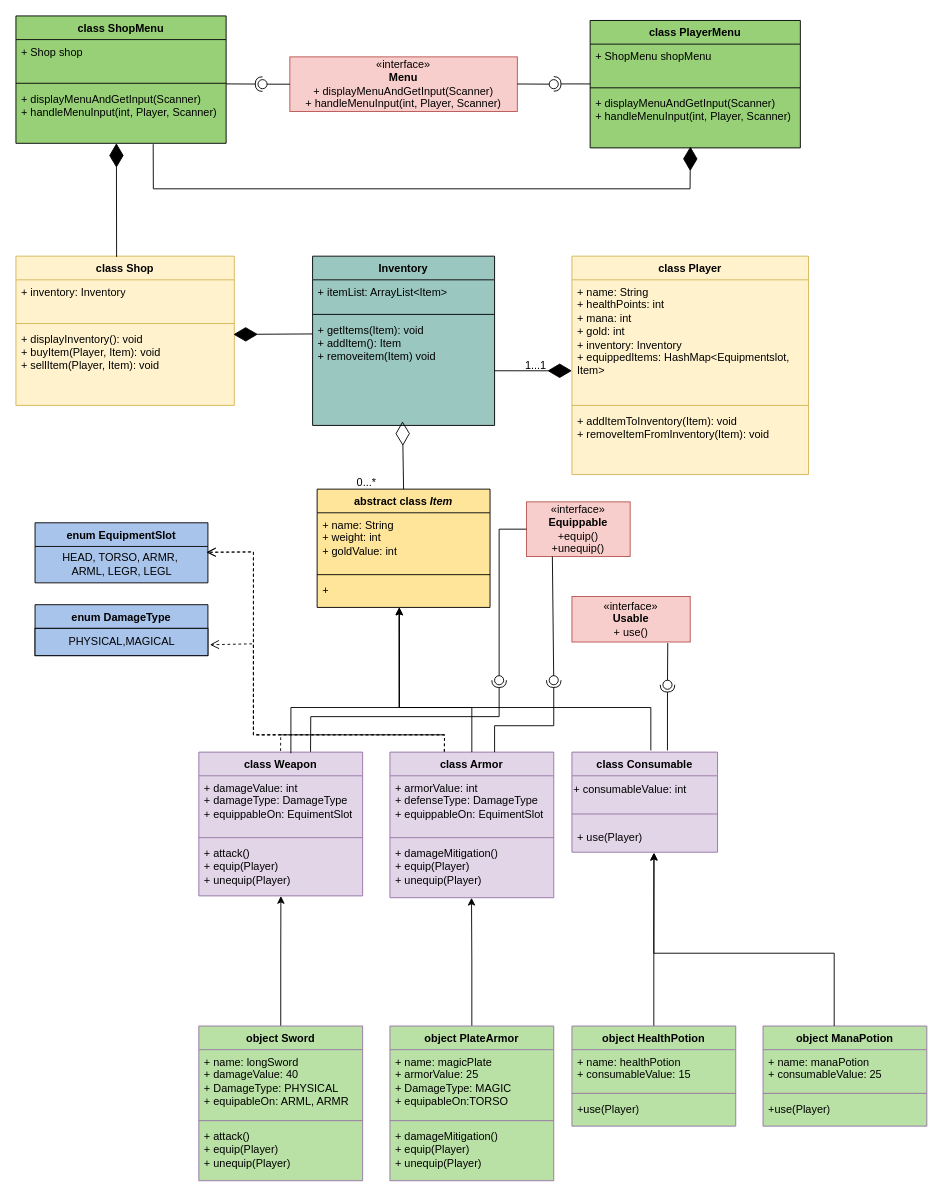
The draw.io diagram .idea/ooad-uml-diagram.drawio in PelleHanspers/ooad-individuell-uppgift-pellehanspers, before the edit. Source tidied: cells renumbered, new cells numbered last; positions are measured from the earlier drawing's top-left corner, leaving out a move shared by most shapes. Both pictures are drawn from the tidied source at 91%, with x=0, y=0 at pixel (15, 15).
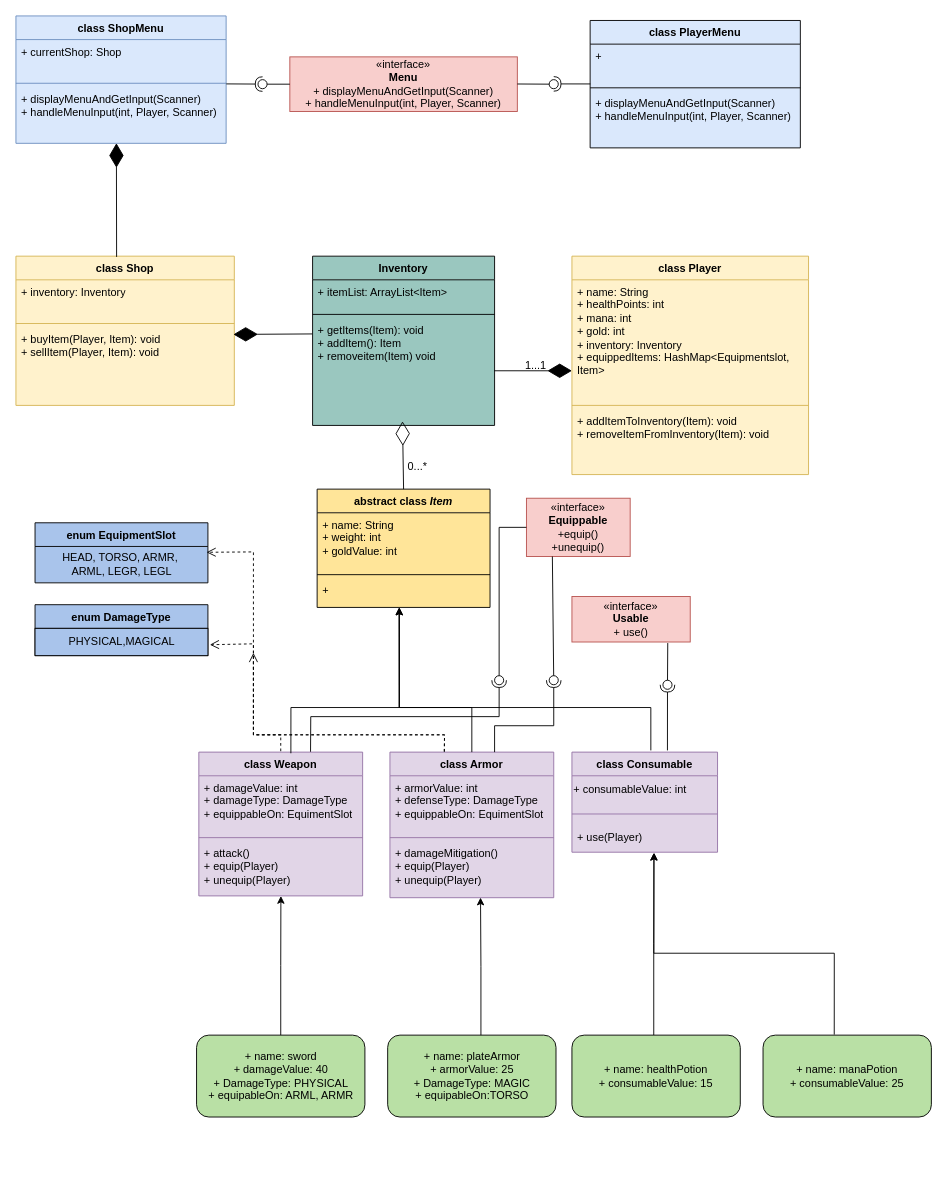
The same page after the edit.

The change refers to these unchanged cells:
```xml
<mxCell id="10" value="class Armor" style="swimlane;fontStyle=1;align=center;verticalAlign=top;horizontal=1;startSize=26;whiteSpace=wrap;html=1;fillColor=#e1d5e7;strokeColor=#9673a6;swimlaneFillColor=#E1D5E7;" parent="1" vertex="1">
  <mxGeometry x="411" y="809" width="180" height="160" as="geometry" />
</mxCell>
<mxCell id="13" value="&lt;div&gt;+ damageMitigation()&lt;br&gt;&lt;/div&gt;&lt;div&gt;&lt;div&gt;+ equip(Player)&lt;/div&gt;&lt;div&gt;+ unequip(Player)&lt;/div&gt;&lt;/div&gt;" style="text;strokeColor=none;fillColor=none;align=left;verticalAlign=top;spacingLeft=4;spacingRight=4;overflow=hidden;points=[[0,0.5],[1,0.5]];portConstraint=eastwest;whiteSpace=wrap;html=1;" parent="10" vertex="1">
  <mxGeometry y="98" width="180" height="62" as="geometry" />
</mxCell>
<mxCell id="17" value="+ use(Player)" style="text;strokeColor=none;fillColor=none;align=left;verticalAlign=top;spacingLeft=4;spacingRight=4;overflow=hidden;points=[[0,0.5],[1,0.5]];portConstraint=eastwest;whiteSpace=wrap;html=1;" parent="14" vertex="1">
  <mxGeometry y="80" width="160" height="30" as="geometry" />
</mxCell>
<mxCell id="31" value="class Weapon" style="swimlane;fontStyle=1;align=center;verticalAlign=top;horizontal=1;startSize=26;whiteSpace=wrap;html=1;fillColor=#E1D5E7;swimlaneFillColor=#E1D5E7;strokeColor=#9673A6;" parent="1" vertex="1">
  <mxGeometry x="201" y="809" width="180" height="158" as="geometry" />
</mxCell>
<mxCell id="34" value="&lt;div&gt;+ attack()&lt;/div&gt;&lt;div&gt;&lt;div&gt;+ equip(Player)&lt;/div&gt;&lt;div&gt;+ unequip(Player)&lt;/div&gt;&lt;/div&gt;" style="text;strokeColor=none;fillColor=none;align=left;verticalAlign=top;spacingLeft=4;spacingRight=4;overflow=hidden;points=[[0,0.5],[1,0.5]];portConstraint=eastwest;whiteSpace=wrap;html=1;" parent="31" vertex="1">
  <mxGeometry y="98" width="180" height="60" as="geometry" />
</mxCell>
<mxCell id="49" value="&lt;div align=&quot;center&quot;&gt;HEAD, TORSO, ARMR,&amp;nbsp;&lt;/div&gt;&lt;div align=&quot;center&quot;&gt;ARML, LEGR, LEGL&lt;/div&gt;" style="text;html=1;align=center;verticalAlign=middle;points=[];strokeColor=none;fillColor=none;" parent="48" vertex="1">
  <mxGeometry y="26" width="190" height="40" as="geometry" />
</mxCell>
<mxCell id="67" value="class Shop" style="swimlane;fontStyle=1;align=center;verticalAlign=top;horizontal=1;startSize=26;whiteSpace=wrap;html=1;fillColor=#fff2cc;strokeColor=#d6b656;swimlaneFillColor=#FFF2CC;" parent="1" vertex="1">
  <mxGeometry y="264" width="240" height="164" as="geometry" />
</mxCell>
<mxCell id="76" value="&lt;div&gt;+ displayMenuAndGetInput(Scanner)&lt;/div&gt;&lt;div&gt;+ handleMenuInput(int, Player, Scanner)&lt;/div&gt;" style="text;strokeColor=none;fillColor=none;align=left;verticalAlign=top;spacingLeft=4;spacingRight=4;overflow=hidden;points=[[0,0.5],[1,0.5]];portConstraint=eastwest;whiteSpace=wrap;html=1;" parent="73" vertex="1">
  <mxGeometry y="78" width="231" height="62" as="geometry" />
</mxCell>
<mxCell id="83" value="&lt;div&gt;+ displayMenuAndGetInput(Scanner)&lt;/div&gt;&lt;div&gt;+ handleMenuInput(int, Player, Scanner)&lt;/div&gt;" style="text;strokeColor=none;fillColor=none;align=left;verticalAlign=top;spacingLeft=4;spacingRight=4;overflow=hidden;points=[[0,0.5],[1,0.5]];portConstraint=eastwest;whiteSpace=wrap;html=1;" parent="80" vertex="1">
  <mxGeometry y="78" width="231" height="62" as="geometry" />
</mxCell>
```

The edit, as a diff of the source:
```diff
@@
     <mxCell id="18" value="«interface»&lt;br&gt;&lt;b&gt;Equippable&lt;/b&gt;&lt;div&gt;+equip()&lt;/div&gt;&lt;div&gt;+unequip()&lt;/div&gt;" style="html=1;whiteSpace=wrap;fillColor=#f8cecc;strokeColor=#b85450;" parent="1" vertex="1">
-      <mxGeometry x="561" y="534" width="114" height="60" as="geometry" />
+      <mxGeometry x="561" y="530" width="114" height="64" as="geometry" />
     </mxCell>
@@
     <mxCell id="29" style="rounded=0;jettySize=auto;html=1;endArrow=oval;endFill=0;sketch=0;sourcePerimeterSpacing=0;targetPerimeterSpacing=0;endSize=10;exitX=0;exitY=0.5;exitDx=0;exitDy=0;" parent="1" edge="1" source="18">
       <mxGeometry relative="1" as="geometry">
         <mxPoint x="531" y="730" as="targetPoint" />
         <Array as="points">
-          <mxPoint x="531" y="564" />
+          <mxPoint x="531" y="562" />
         </Array>
       </mxGeometry>
     </mxCell>
@@
     <mxCell id="41" value="0...*" style="text;html=1;align=center;verticalAlign=middle;strokeColor=none;fillColor=none;" parent="1" vertex="1">
-      <mxGeometry x="364.5" y="498" width="40" height="30" as="geometry" />
+      <mxGeometry x="421" y="480" width="40" height="30" as="geometry" />
     </mxCell>
@@
     <mxCell id="50" style="html=1;verticalAlign=bottom;endArrow=open;dashed=1;endSize=8;curved=0;rounded=0;exitX=0.332;exitY=-0.003;exitDx=0;exitDy=0;exitPerimeter=0;entryX=0.992;entryY=0.16;entryDx=0;entryDy=0;entryPerimeter=0;" parent="1" edge="1" source="10" target="49">
       <mxGeometry relative="1" as="geometry">
         <Array as="points">
           <mxPoint x="471" y="790" />
+          <mxPoint x="351" y="790" />
           <mxPoint x="261" y="790" />
           <mxPoint x="261" y="677" />
           <mxPoint x="261" y="640" />
           <mxPoint x="261" y="589" />
         </Array>
       </mxGeometry>
     </mxCell>
-    <mxCell id="51" style="html=1;verticalAlign=bottom;endArrow=open;dashed=1;endSize=8;curved=0;rounded=0;entryX=0.992;entryY=0.16;entryDx=0;entryDy=0;entryPerimeter=0;exitX=0.499;exitY=-0.008;exitDx=0;exitDy=0;exitPerimeter=0;" parent="1" edge="1" source="31" target="49">
-      <mxGeometry relative="1" as="geometry">
-        <Array as="points">
-          <mxPoint x="291" y="790" />
-          <mxPoint x="471" y="790" />
-          <mxPoint x="261" y="790" />
-          <mxPoint x="261" y="677" />
-          <mxPoint x="261" y="640" />
-          <mxPoint x="261" y="589" />
-        </Array>
-      </mxGeometry>
-    </mxCell>
-    <mxCell id="52" style="edgeStyle=orthogonalEdgeStyle;rounded=0;jettySize=auto;html=1;entryX=0.501;entryY=1.002;entryDx=0;entryDy=0;entryPerimeter=0;" parent="1" edge="1" source="53" target="34">
+    <mxCell id="52" style="edgeStyle=orthogonalEdgeStyle;rounded=0;jettySize=auto;html=1;entryX=0.501;entryY=1.002;entryDx=0;entryDy=0;entryPerimeter=0;exitX=0.5;exitY=0;exitDx=0;exitDy=0;" parent="1" edge="1" source="95" target="34">
       <mxGeometry relative="1" as="geometry" />
     </mxCell>
-    <mxCell id="53" value="object Sword " style="swimlane;fontStyle=1;align=center;verticalAlign=top;horizontal=1;startSize=26;whiteSpace=wrap;html=1;fillColor=#B9E0A5;strokeColor=#9673a6;swimlaneFillColor=#B9E0A5;" parent="1" vertex="1">
-      <mxGeometry x="201" y="1110" width="180" height="170" as="geometry" />
-    </mxCell>
-    <mxCell id="54" value="&lt;div&gt;+ name: longSword&lt;br&gt;&lt;/div&gt;&lt;div&gt;+&amp;nbsp;damageValue: 40&lt;br&gt;&lt;/div&gt;&lt;div&gt;+ DamageType: PHYSICAL &lt;/div&gt;&lt;div&gt;+ equipableOn: ARML, ARMR&lt;br&gt;&lt;/div&gt;" style="text;strokeColor=none;fillColor=none;align=left;verticalAlign=top;spacingLeft=4;spacingRight=4;overflow=hidden;whiteSpace=wrap;html=1;" parent="53" vertex="1">
-      <mxGeometry y="26" width="180" height="74" as="geometry" />
-    </mxCell>
-    <mxCell id="55" style="line;strokeWidth=1;fillColor=none;align=left;verticalAlign=middle;spacingTop=-1;spacingLeft=3;spacingRight=3;labelPosition=right;strokeColor=#9673A6;" parent="53" vertex="1">
-      <mxGeometry y="100" width="180" height="8" as="geometry" />
-    </mxCell>
-    <mxCell id="56" value="&lt;div&gt;+ attack()&lt;br&gt;&lt;/div&gt;&lt;div&gt;&lt;div&gt;+ equip(Player)&lt;/div&gt;&lt;div&gt;+ unequip(Player)&lt;/div&gt;&lt;/div&gt;" style="text;strokeColor=none;fillColor=none;align=left;verticalAlign=top;spacingLeft=4;spacingRight=4;overflow=hidden;whiteSpace=wrap;html=1;" parent="53" vertex="1">
-      <mxGeometry y="108" width="180" height="62" as="geometry" />
-    </mxCell>
-    <mxCell id="57" style="edgeStyle=orthogonalEdgeStyle;rounded=0;jettySize=auto;html=1;exitX=0.5;exitY=0;exitDx=0;exitDy=0;entryX=0.498;entryY=1.002;entryDx=0;entryDy=0;entryPerimeter=0;" parent="1" edge="1" source="58" target="13">
-      <mxGeometry relative="1" as="geometry" />
-    </mxCell>
-    <mxCell id="58" value="object PlateArmor " style="swimlane;fontStyle=1;align=center;verticalAlign=top;horizontal=1;startSize=26;whiteSpace=wrap;html=1;fillColor=#B9E0A5;strokeColor=#9673a6;swimlaneFillColor=#B9E0A5;" parent="1" vertex="1">
-      <mxGeometry x="411" y="1110" width="180" height="170" as="geometry" />
-    </mxCell>
-    <mxCell id="59" value="&lt;div&gt;+ name: magicPlate&lt;br&gt;&lt;/div&gt;&lt;div&gt;+ armorValue: 25&lt;br&gt;&lt;/div&gt;&lt;div&gt;+ DamageType: MAGIC&lt;/div&gt;&lt;div&gt;+ equipableOn:TORSO&lt;/div&gt;" style="text;strokeColor=none;fillColor=none;align=left;verticalAlign=top;spacingLeft=4;spacingRight=4;overflow=hidden;whiteSpace=wrap;html=1;" parent="58" vertex="1">
-      <mxGeometry y="26" width="180" height="74" as="geometry" />
-    </mxCell>
-    <mxCell id="60" style="line;strokeWidth=1;fillColor=none;align=left;verticalAlign=middle;spacingTop=-1;spacingLeft=3;spacingRight=3;labelPosition=right;strokeColor=#9673A6;" parent="58" vertex="1">
-      <mxGeometry y="100" width="180" height="8" as="geometry" />
-    </mxCell>
-    <mxCell id="61" value="&lt;div&gt;+ damageMitigation()&lt;br&gt;&lt;/div&gt;&lt;div&gt;&lt;div&gt;+ equip(Player)&lt;/div&gt;&lt;div&gt;+ unequip(Player)&lt;/div&gt;&lt;/div&gt;" style="text;strokeColor=none;fillColor=none;align=left;verticalAlign=top;spacingLeft=4;spacingRight=4;overflow=hidden;whiteSpace=wrap;html=1;" parent="58" vertex="1">
-      <mxGeometry y="108" width="180" height="62" as="geometry" />
-    </mxCell>
-    <mxCell id="62" style="edgeStyle=orthogonalEdgeStyle;rounded=0;jettySize=auto;html=1;entryX=0.564;entryY=1.016;entryDx=0;entryDy=0;entryPerimeter=0;" parent="1" edge="1" source="63" target="17">
+    <mxCell id="62" style="edgeStyle=orthogonalEdgeStyle;rounded=0;jettySize=auto;html=1;entryX=0.564;entryY=1.016;entryDx=0;entryDy=0;entryPerimeter=0;exitX=0.486;exitY=0;exitDx=0;exitDy=0;exitPerimeter=0;" parent="1" edge="1" source="64" target="17">
       <mxGeometry relative="1" as="geometry" />
     </mxCell>
-    <mxCell id="63" value="object HealthPotion" style="swimlane;fontStyle=1;align=center;verticalAlign=top;horizontal=1;startSize=26;whiteSpace=wrap;html=1;fillColor=#B9E0A5;strokeColor=#9673a6;swimlaneFillColor=#B9E0A5;" parent="1" vertex="1">
-      <mxGeometry x="611" y="1110" width="180" height="110" as="geometry" />
-    </mxCell>
-    <mxCell id="64" value="&lt;div&gt;+ name: healthPotion&lt;br&gt;&lt;/div&gt;&lt;div&gt;+ consumableValue: 15&lt;/div&gt;" style="text;strokeColor=none;fillColor=none;align=left;verticalAlign=top;spacingLeft=4;spacingRight=4;overflow=hidden;points=[[0,0.5],[1,0.5]];portConstraint=eastwest;whiteSpace=wrap;html=1;" parent="63" vertex="1">
-      <mxGeometry y="26" width="180" height="44" as="geometry" />
-    </mxCell>
-    <mxCell id="65" style="line;strokeWidth=1;fillColor=none;align=left;verticalAlign=middle;spacingTop=-1;spacingLeft=3;spacingRight=3;labelPosition=right;strokeColor=#9673A6;" parent="63" vertex="1">
-      <mxGeometry y="70" width="180" height="8" as="geometry" />
-    </mxCell>
-    <mxCell id="66" value="&lt;div&gt;+use(Player)&lt;/div&gt;" style="text;strokeColor=none;fillColor=none;align=left;verticalAlign=top;spacingLeft=4;spacingRight=4;overflow=hidden;whiteSpace=wrap;html=1;" parent="63" vertex="1">
-      <mxGeometry y="78" width="180" height="32" as="geometry" />
-    </mxCell>
@@
-    <mxCell id="70" value="&lt;div&gt;+ displayInventory(): void&lt;/div&gt;&lt;div&gt;+ buyItem(Player, Item): void&lt;/div&gt;&lt;div&gt;+ sellItem(Player, Item): void&lt;br&gt;&lt;/div&gt;" style="text;strokeColor=none;fillColor=none;align=left;verticalAlign=top;spacingLeft=4;spacingRight=4;overflow=hidden;whiteSpace=wrap;html=1;" parent="67" vertex="1">
+    <mxCell id="70" value="&lt;div&gt;+ buyItem(Player, Item): void&lt;/div&gt;&lt;div&gt;+ sellItem(Player, Item): void&lt;br&gt;&lt;/div&gt;" style="text;strokeColor=none;fillColor=none;align=left;verticalAlign=top;spacingLeft=4;spacingRight=4;overflow=hidden;whiteSpace=wrap;html=1;" parent="67" vertex="1">
       <mxGeometry y="78" width="240" height="86" as="geometry" />
     </mxCell>
@@
-    <mxCell id="73" value="class ShopMenu" style="swimlane;fontStyle=1;align=center;verticalAlign=top;horizontal=1;startSize=26;whiteSpace=wrap;html=1;fillColor=#97D077;swimlaneFillColor=#97D077;" parent="1" vertex="1">
+    <mxCell id="73" value="class ShopMenu" style="swimlane;fontStyle=1;align=center;verticalAlign=top;horizontal=1;startSize=26;whiteSpace=wrap;html=1;fillColor=#DAE8FC;swimlaneFillColor=#DAE8FC;strokeColor=#6c8ebf;" parent="1" vertex="1">
       <mxGeometry width="231" height="140" as="geometry" />
     </mxCell>
-    <mxCell id="74" value="+ Shop shop" style="text;strokeColor=none;fillColor=none;align=left;verticalAlign=top;spacingLeft=4;spacingRight=4;overflow=hidden;whiteSpace=wrap;html=1;" parent="73" vertex="1">
+    <mxCell id="74" value="+ currentShop: Shop" style="text;strokeColor=none;fillColor=none;align=left;verticalAlign=top;spacingLeft=4;spacingRight=4;overflow=hidden;whiteSpace=wrap;html=1;" parent="73" vertex="1">
       <mxGeometry y="26" width="231" height="44" as="geometry" />
     </mxCell>
@@
-    <mxCell id="80" value="class PlayerMenu" style="swimlane;fontStyle=1;align=center;verticalAlign=top;horizontal=1;startSize=26;whiteSpace=wrap;html=1;fillColor=#97D077;swimlaneFillColor=#97D077;" parent="1" vertex="1">
+    <mxCell id="80" value="class PlayerMenu" style="swimlane;fontStyle=1;align=center;verticalAlign=top;horizontal=1;startSize=26;whiteSpace=wrap;html=1;fillColor=#DAE8FC;swimlaneFillColor=#DAE8FC;" parent="1" vertex="1">
       <mxGeometry x="631" y="5" width="231" height="140" as="geometry" />
     </mxCell>
-    <mxCell id="81" value="+ ShopMenu shopMenu" style="text;strokeColor=none;fillColor=none;align=left;verticalAlign=top;spacingLeft=4;spacingRight=4;overflow=hidden;points=[[0,0.5],[1,0.5]];portConstraint=eastwest;whiteSpace=wrap;html=1;" parent="80" vertex="1">
+    <mxCell id="81" value="+ " style="text;strokeColor=none;fillColor=none;align=left;verticalAlign=top;spacingLeft=4;spacingRight=4;overflow=hidden;points=[[0,0.5],[1,0.5]];portConstraint=eastwest;whiteSpace=wrap;html=1;" parent="80" vertex="1">
       <mxGeometry y="26" width="231" height="44" as="geometry" />
     </mxCell>
@@
-    <mxCell id="88" style="endArrow=diamondThin;endFill=1;endSize=24;html=1;rounded=0;exitX=0.653;exitY=1.015;exitDx=0;exitDy=0;exitPerimeter=0;entryX=0.477;entryY=0.977;entryDx=0;entryDy=0;entryPerimeter=0;" parent="1" edge="1" source="76" target="83">
-      <mxGeometry relative="1" as="geometry">
-        <Array as="points">
-          <mxPoint x="151" y="190" />
-          <mxPoint x="740.8" y="190" />
-        </Array>
-      </mxGeometry>
-    </mxCell>
-    <mxCell id="89" value="object ManaPotion" style="swimlane;fontStyle=1;align=center;verticalAlign=top;horizontal=1;startSize=26;whiteSpace=wrap;html=1;fillColor=#B9E0A5;strokeColor=#9673a6;swimlaneFillColor=#B9E0A5;" parent="1" vertex="1">
-      <mxGeometry x="821" y="1110" width="180" height="110" as="geometry" />
-    </mxCell>
+    <mxCell id="93" style="edgeStyle=orthogonalEdgeStyle;rounded=0;jettySize=auto;html=1;exitX=0.423;exitY=-0.006;exitDx=0;exitDy=0;exitPerimeter=0;entryX=0.573;entryY=1.026;entryDx=0;entryDy=0;entryPerimeter=0;" parent="1" edge="1" source="90">
+      <mxGeometry relative="1" as="geometry">
+        <mxPoint x="701" y="919.8" as="targetPoint" />
+        <Array as="points">
+          <mxPoint x="899" y="1030" />
+          <mxPoint x="701" y="1030" />
+        </Array>
+      </mxGeometry>
+    </mxCell>
+    <mxCell id="94" style="html=1;verticalAlign=bottom;endArrow=open;dashed=1;endSize=8;curved=0;rounded=0;" parent="1" edge="1">
+      <mxGeometry relative="1" as="geometry">
+        <mxPoint x="291" y="808" as="sourcePoint" />
+        <mxPoint x="261" y="700" as="targetPoint" />
+        <Array as="points">
+          <mxPoint x="291" y="790" />
+          <mxPoint x="261" y="790" />
+        </Array>
+      </mxGeometry>
+    </mxCell>
+    <mxCell id="95" value="&lt;div&gt;+ name: sword&lt;br&gt;&lt;/div&gt;&lt;div&gt;+&amp;nbsp;damageValue: 40&lt;br&gt;&lt;/div&gt;&lt;div&gt;+ DamageType: PHYSICAL &lt;/div&gt;+ equipableOn: ARML, ARMR" style="rounded=1;whiteSpace=wrap;html=1;fillColor=#B9E0A5;" parent="1" vertex="1">
+      <mxGeometry x="198.5" y="1120" width="185" height="90" as="geometry" />
+    </mxCell>
+    <mxCell id="96" value="&lt;div&gt;+ name: plateArmor&lt;br&gt;&lt;/div&gt;&lt;div&gt;+ armorValue: 25&lt;br&gt;&lt;/div&gt;&lt;div&gt;+ DamageType: MAGIC&lt;/div&gt;&lt;div&gt;+ equipableOn:TORSO&lt;/div&gt;" style="rounded=1;whiteSpace=wrap;html=1;fillColor=#B9E0A5;" parent="1" vertex="1">
+      <mxGeometry x="408.5" y="1120" width="185" height="90" as="geometry" />
+    </mxCell>
-    <mxCell id="90" value="&lt;div&gt;+ name: manaPotion&lt;br&gt;&lt;/div&gt;&lt;div&gt;+ consumableValue: 25&lt;/div&gt;" style="text;strokeColor=none;fillColor=none;align=left;verticalAlign=top;spacingLeft=4;spacingRight=4;overflow=hidden;points=[[0,0.5],[1,0.5]];portConstraint=eastwest;whiteSpace=wrap;html=1;" parent="89" vertex="1">
-      <mxGeometry y="26" width="180" height="44" as="geometry" />
+    <mxCell id="90" value="&lt;div&gt;+ name: manaPotion&lt;br&gt;&lt;/div&gt;&lt;div&gt;+ consumableValue: 25&lt;/div&gt;" style="rounded=1;whiteSpace=wrap;html=1;fillColor=#B9E0A5;" parent="1" vertex="1">
+      <mxGeometry x="821" y="1120" width="185" height="90" as="geometry" />
     </mxCell>
-    <mxCell id="91" style="line;strokeWidth=1;fillColor=none;align=left;verticalAlign=middle;spacingTop=-1;spacingLeft=3;spacingRight=3;labelPosition=right;strokeColor=#9673A6;" parent="89" vertex="1">
-      <mxGeometry y="70" width="180" height="8" as="geometry" />
-    </mxCell>
-    <mxCell id="92" value="&lt;div&gt;+use(Player)&lt;/div&gt;" style="text;strokeColor=none;fillColor=none;align=left;verticalAlign=top;spacingLeft=4;spacingRight=4;overflow=hidden;whiteSpace=wrap;html=1;" parent="89" vertex="1">
-      <mxGeometry y="78" width="180" height="32" as="geometry" />
-    </mxCell>
-    <mxCell id="93" style="edgeStyle=orthogonalEdgeStyle;rounded=0;orthogonalLoop=1;jettySize=auto;html=1;exitX=0.444;exitY=0;exitDx=0;exitDy=0;exitPerimeter=0;entryX=0.573;entryY=1.026;entryDx=0;entryDy=0;entryPerimeter=0;" parent="1" edge="1">
-      <mxGeometry relative="1" as="geometry">
-        <mxPoint x="899.2" y="1110" as="sourcePoint" />
-        <mxPoint x="701" y="919.8" as="targetPoint" />
-        <Array as="points">
-          <mxPoint x="899.3" y="1030" />
-          <mxPoint x="701.3" y="1030" />
-        </Array>
-      </mxGeometry>
-    </mxCell>
+    <mxCell id="64" value="&lt;div&gt;+ name: healthPotion&lt;br&gt;&lt;/div&gt;&lt;div&gt;+ consumableValue: 15&lt;/div&gt;" style="rounded=1;whiteSpace=wrap;html=1;fillColor=#B9E0A5;" parent="1" vertex="1">
+      <mxGeometry x="611" y="1120" width="185" height="90" as="geometry" />
+    </mxCell>
+    <mxCell id="97" style="edgeStyle=orthogonalEdgeStyle;rounded=0;jettySize=auto;html=1;entryX=0.553;entryY=0.998;entryDx=0;entryDy=0;entryPerimeter=0;exitX=0.554;exitY=0;exitDx=0;exitDy=0;exitPerimeter=0;" parent="1" edge="1" source="96" target="13">
+      <mxGeometry relative="1" as="geometry" />
+    </mxCell>
```
